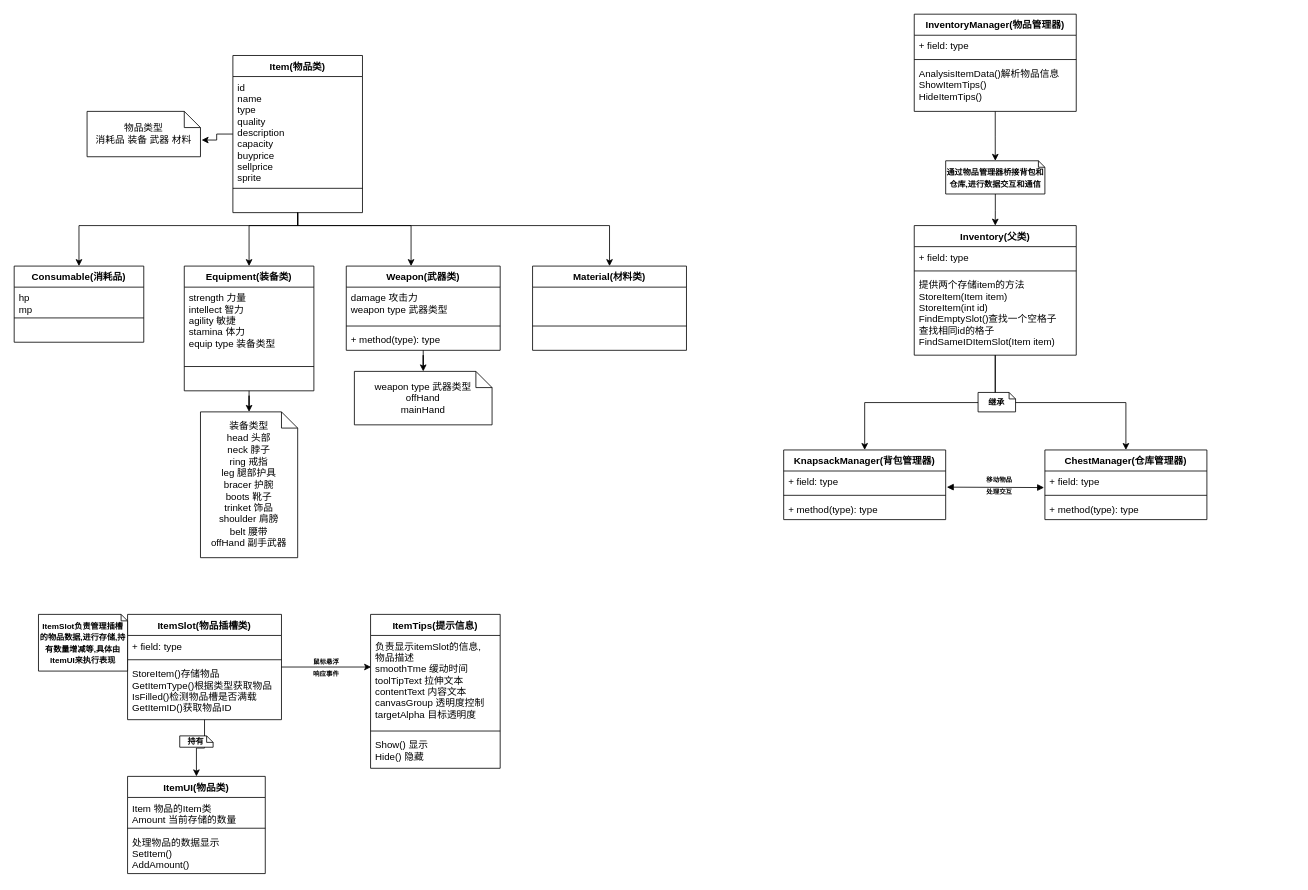
Before: InventorySystem.drawio in KIPKIPS/InventorySystem, a draw.io diagram. Source tidied: cells renumbered, new cells numbered last; positions are measured from the earlier drawing's top-left corner, leaving out a move shared by most shapes. Both pictures are drawn from the tidied source at 81%, with x=0, y=0 at pixel (14, 14).
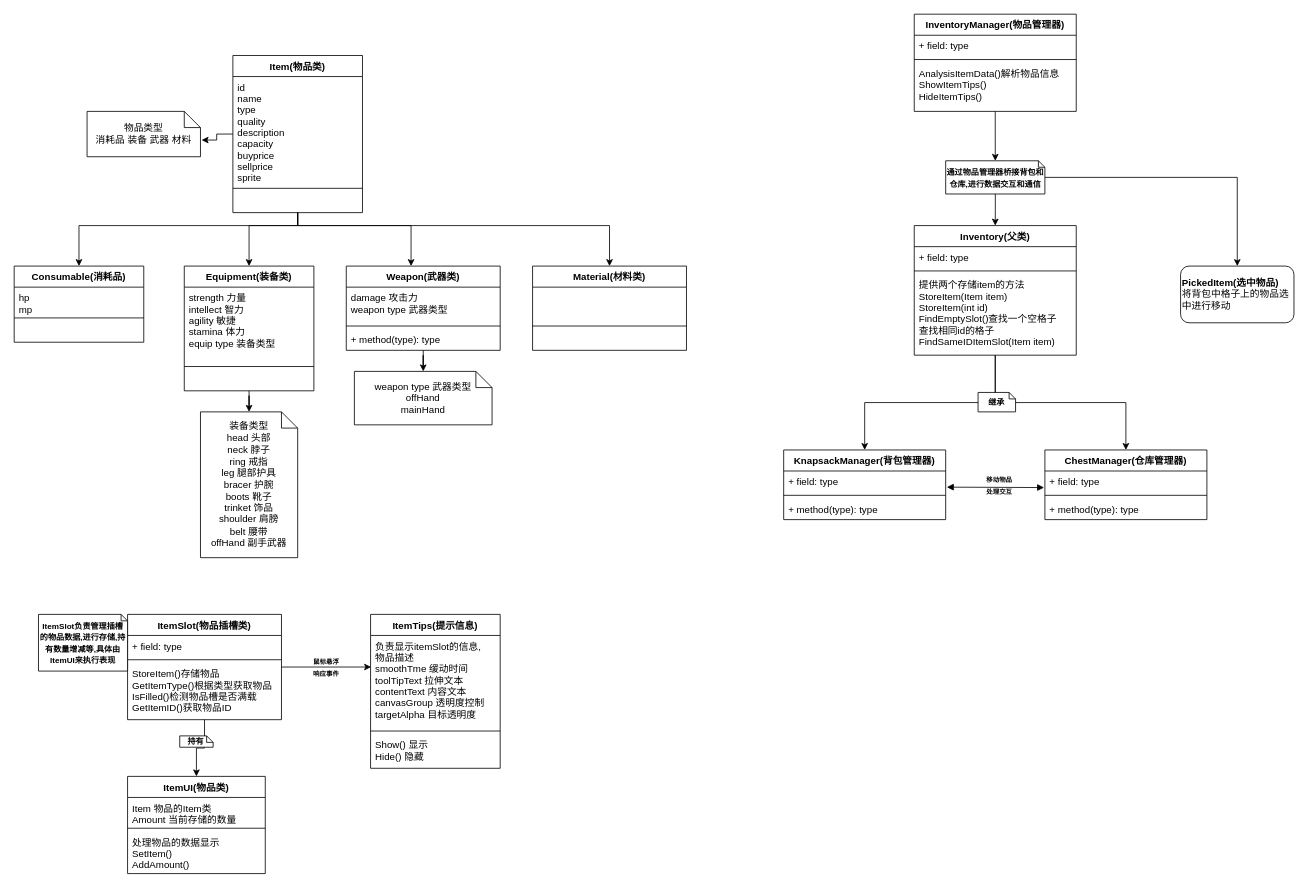
Above is the later version.

The change refers to these unchanged cells:
```xml
<mxCell id="48" value="&lt;font style=&quot;font-size: 10px&quot;&gt;&lt;b&gt;通过物品管理器桥接背包和仓库,进行数据交互和通信&lt;/b&gt;&lt;/font&gt;" style="shape=note;size=8;whiteSpace=wrap;html=1;" parent="1" vertex="1">
  <mxGeometry x="1150" y="181" width="122.5" height="41" as="geometry" />
</mxCell>
```

Change to the diagram source:
```diff
@@
+    <mxCell id="73" style="edgeStyle=orthogonalEdgeStyle;rounded=0;jettySize=auto;html=1;entryX=0.5;entryY=0;entryDx=0;entryDy=0;" parent="1" edge="1" source="48" target="74">
+      <mxGeometry relative="1" as="geometry" />
+    </mxCell>
@@
+    <mxCell id="74" value="&lt;span style=&quot;font-weight: 700&quot;&gt;PickedItem(选中物品)&lt;/span&gt;&lt;span&gt;&lt;br&gt;将背包中格子上的物品选&lt;/span&gt;&lt;br style=&quot;padding: 0px ; margin: 0px&quot;&gt;&lt;span&gt;中进行移动&lt;/span&gt;" style="rounded=1;whiteSpace=wrap;html=1;align=left;" parent="1" vertex="1">
+      <mxGeometry x="1440" y="311" width="140" height="70" as="geometry" />
+    </mxCell>
```
